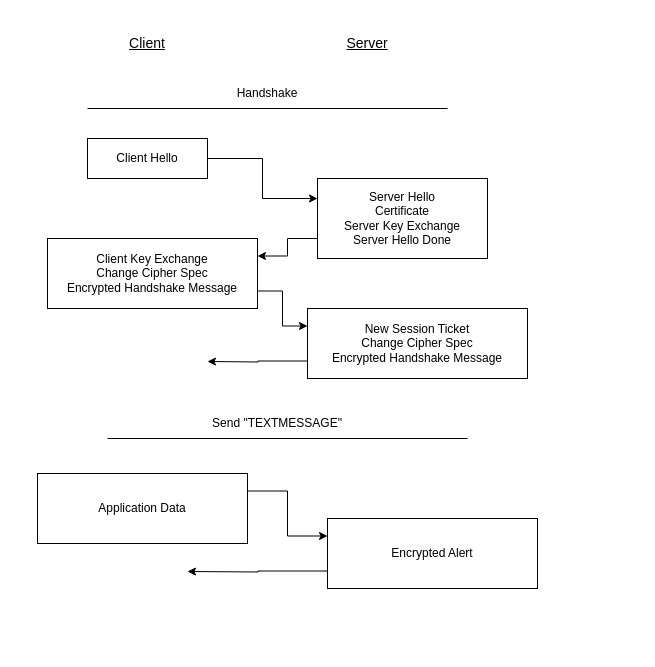
Above: page "Page-2" (2 of 2) of room-protocol.drawio in felixnaredi/situps.space (draw.io), before the change. Source tidied: cells renumbered, new cells numbered last; positions are measured from the earlier drawing's top-left corner, leaving out a move shared by most shapes. Both pictures are drawn from the tidied source at 100%, with x=0, y=0 at pixel (37, 28).
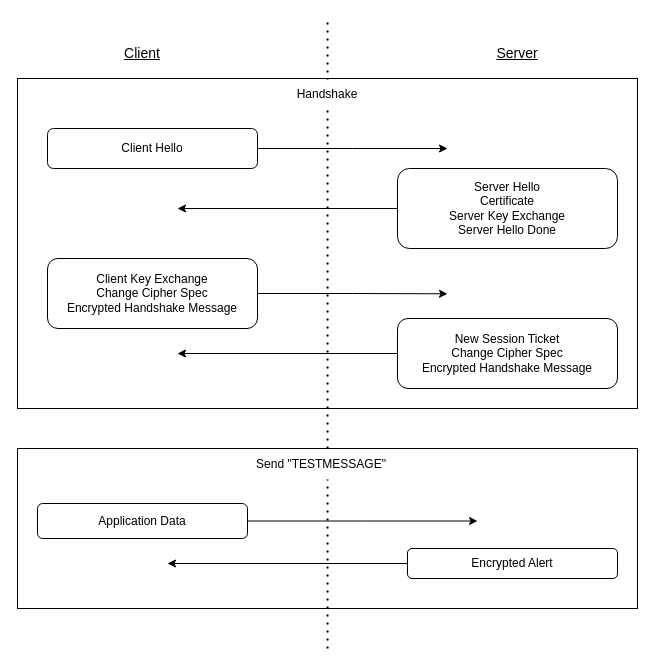
Above is the later version.

Change to the diagram source:
```diff
@@
+    <mxCell id="20" style="rounded=0;whiteSpace=wrap;html=1;" parent="1" vertex="1">
+      <mxGeometry x="-20" y="420" width="620" height="160" as="geometry" />
+    </mxCell>
+    <mxCell id="21" value="&lt;div align=&quot;center&quot;&gt;&lt;br&gt;&lt;/div&gt;" style="rounded=0;whiteSpace=wrap;html=1;align=center;" parent="1" vertex="1">
+      <mxGeometry x="-20" y="50" width="620" height="330" as="geometry" />
+    </mxCell>
     <mxCell id="2" value="Client" style="text;html=1;strokeColor=none;fillColor=none;align=center;verticalAlign=middle;whiteSpace=wrap;rounded=0;fontSize=14;fontStyle=4;" parent="1" vertex="1">
-      <mxGeometry x="80" width="60" height="30" as="geometry" />
+      <mxGeometry x="75" y="10" width="60" height="30" as="geometry" />
     </mxCell>
     <mxCell id="3" value="Server" style="text;html=1;strokeColor=none;fillColor=none;align=center;verticalAlign=middle;whiteSpace=wrap;rounded=0;fontSize=14;fontStyle=4;" parent="1" vertex="1">
-      <mxGeometry x="300" width="60" height="30" as="geometry" />
+      <mxGeometry x="450" y="10" width="60" height="30" as="geometry" />
     </mxCell>
-    <mxCell id="4" style="edgeStyle=orthogonalEdgeStyle;rounded=0;jettySize=auto;html=1;entryX=0;entryY=0.25;entryDx=0;entryDy=0;" parent="1" edge="1" source="5" target="7">
-      <mxGeometry relative="1" as="geometry" />
-    </mxCell>
+    <mxCell id="22" style="edgeStyle=orthogonalEdgeStyle;rounded=0;jettySize=auto;html=1;" parent="1" edge="1" source="5">
+      <mxGeometry relative="1" as="geometry">
+        <mxPoint x="410" y="120" as="targetPoint" />
+      </mxGeometry>
+    </mxCell>
-    <mxCell id="5" value="Client Hello" style="rounded=0;whiteSpace=wrap;html=1;" parent="1" vertex="1">
-      <mxGeometry x="50" y="110" width="120" height="40" as="geometry" />
+    <mxCell id="5" value="Client Hello" style="rounded=1;whiteSpace=wrap;html=1;" parent="1" vertex="1">
+      <mxGeometry x="10" y="100" width="210" height="40" as="geometry" />
     </mxCell>
-    <mxCell id="6" style="edgeStyle=orthogonalEdgeStyle;rounded=0;jettySize=auto;html=1;exitX=0;exitY=0.75;exitDx=0;exitDy=0;entryX=1;entryY=0.25;entryDx=0;entryDy=0;" parent="1" edge="1" source="7" target="9">
-      <mxGeometry relative="1" as="geometry" />
-    </mxCell>
+    <mxCell id="23" style="edgeStyle=orthogonalEdgeStyle;rounded=0;jettySize=auto;html=1;exitX=0;exitY=0.5;exitDx=0;exitDy=0;" parent="1" edge="1" source="7">
+      <mxGeometry relative="1" as="geometry">
+        <mxPoint x="140" y="180" as="targetPoint" />
+      </mxGeometry>
+    </mxCell>
-    <mxCell id="7" value="&lt;div&gt;Server Hello&lt;/div&gt;&lt;div&gt;Certificate&lt;/div&gt;&lt;div&gt;Server Key Exchange&lt;/div&gt;Server Hello Done" style="rounded=0;whiteSpace=wrap;html=1;" parent="1" vertex="1">
-      <mxGeometry x="280" y="150" width="170" height="80" as="geometry" />
+    <mxCell id="7" value="&lt;div&gt;Server Hello&lt;/div&gt;&lt;div&gt;Certificate&lt;/div&gt;&lt;div&gt;Server Key Exchange&lt;/div&gt;Server Hello Done" style="rounded=1;whiteSpace=wrap;html=1;" parent="1" vertex="1">
+      <mxGeometry x="360" y="140" width="220" height="80" as="geometry" />
     </mxCell>
-    <mxCell id="8" style="edgeStyle=orthogonalEdgeStyle;rounded=0;jettySize=auto;html=1;exitX=1;exitY=0.75;exitDx=0;exitDy=0;entryX=0;entryY=0.25;entryDx=0;entryDy=0;" parent="1" edge="1" source="9" target="11">
-      <mxGeometry relative="1" as="geometry" />
-    </mxCell>
+    <mxCell id="24" style="edgeStyle=orthogonalEdgeStyle;rounded=0;jettySize=auto;html=1;exitX=1;exitY=0.5;exitDx=0;exitDy=0;" parent="1" edge="1" source="9">
+      <mxGeometry relative="1" as="geometry">
+        <mxPoint x="410" y="265.3" as="targetPoint" />
+      </mxGeometry>
+    </mxCell>
-    <mxCell id="9" value="&lt;div&gt;Client Key Exchange&lt;/div&gt;&lt;div&gt;Change Cipher Spec&lt;/div&gt;&lt;div&gt;Encrypted Handshake Message&lt;/div&gt;" style="rounded=0;whiteSpace=wrap;html=1;" parent="1" vertex="1">
-      <mxGeometry x="10" y="210" width="210" height="70" as="geometry" />
+    <mxCell id="9" value="&lt;div&gt;Client Key Exchange&lt;/div&gt;&lt;div&gt;Change Cipher Spec&lt;/div&gt;&lt;div&gt;Encrypted Handshake Message&lt;/div&gt;" style="rounded=1;whiteSpace=wrap;html=1;" parent="1" vertex="1">
+      <mxGeometry x="10" y="230" width="210" height="70" as="geometry" />
     </mxCell>
-    <mxCell id="10" style="edgeStyle=orthogonalEdgeStyle;rounded=0;jettySize=auto;html=1;exitX=0;exitY=0.75;exitDx=0;exitDy=0;" parent="1" edge="1" source="11">
-      <mxGeometry relative="1" as="geometry">
-        <mxPoint x="170" y="333" as="targetPoint" />
-      </mxGeometry>
-    </mxCell>
+    <mxCell id="25" style="edgeStyle=orthogonalEdgeStyle;rounded=0;jettySize=auto;html=1;" parent="1" edge="1" source="11">
+      <mxGeometry relative="1" as="geometry">
+        <mxPoint x="140" y="325" as="targetPoint" />
+      </mxGeometry>
+    </mxCell>
-    <mxCell id="11" value="&lt;div&gt;New Session Ticket&lt;/div&gt;&lt;div&gt;Change Cipher Spec&lt;/div&gt;&lt;div&gt;Encrypted Handshake Message&lt;br&gt;&lt;/div&gt;" style="rounded=0;whiteSpace=wrap;html=1;" parent="1" vertex="1">
-      <mxGeometry x="270" y="280" width="220" height="70" as="geometry" />
+    <mxCell id="11" value="&lt;div&gt;New Session Ticket&lt;/div&gt;&lt;div&gt;Change Cipher Spec&lt;/div&gt;&lt;div&gt;Encrypted Handshake Message&lt;br&gt;&lt;/div&gt;" style="rounded=1;whiteSpace=wrap;html=1;" parent="1" vertex="1">
+      <mxGeometry x="360" y="290" width="220" height="70" as="geometry" />
     </mxCell>
-    <mxCell id="12" style="edgeStyle=orthogonalEdgeStyle;rounded=0;jettySize=auto;html=1;exitX=1;exitY=0.25;exitDx=0;exitDy=0;entryX=0;entryY=0.25;entryDx=0;entryDy=0;" parent="1" edge="1" source="13" target="15">
-      <mxGeometry relative="1" as="geometry" />
-    </mxCell>
+    <mxCell id="26" style="edgeStyle=orthogonalEdgeStyle;rounded=0;jettySize=auto;html=1;" parent="1" edge="1" source="13">
+      <mxGeometry relative="1" as="geometry">
+        <mxPoint x="440" y="492.5" as="targetPoint" />
+      </mxGeometry>
+    </mxCell>
-    <mxCell id="13" value="Application Data" style="rounded=0;whiteSpace=wrap;html=1;" parent="1" vertex="1">
-      <mxGeometry y="445" width="210" height="70" as="geometry" />
+    <mxCell id="13" value="Application Data" style="rounded=1;whiteSpace=wrap;html=1;" parent="1" vertex="1">
+      <mxGeometry y="475" width="210" height="35" as="geometry" />
     </mxCell>
-    <mxCell id="14" style="edgeStyle=orthogonalEdgeStyle;rounded=0;jettySize=auto;html=1;exitX=0;exitY=0.75;exitDx=0;exitDy=0;" parent="1" edge="1" source="15">
-      <mxGeometry relative="1" as="geometry">
-        <mxPoint x="150" y="543" as="targetPoint" />
-      </mxGeometry>
-    </mxCell>
+    <mxCell id="27" style="edgeStyle=orthogonalEdgeStyle;rounded=0;jettySize=auto;html=1;" parent="1" edge="1" source="15">
+      <mxGeometry relative="1" as="geometry">
+        <mxPoint x="130" y="535" as="targetPoint" />
+      </mxGeometry>
+    </mxCell>
-    <mxCell id="15" value="Encrypted Alert" style="rounded=0;whiteSpace=wrap;html=1;" parent="1" vertex="1">
-      <mxGeometry x="290" y="490" width="210" height="70" as="geometry" />
+    <mxCell id="15" value="Encrypted Alert" style="rounded=1;whiteSpace=wrap;html=1;" parent="1" vertex="1">
+      <mxGeometry x="370" y="520" width="210" height="30" as="geometry" />
     </mxCell>
+    <mxCell id="28" style="endArrow=none;dashed=1;html=1;dashPattern=1 3;strokeWidth=2;rounded=0;" parent="1" edge="1">
+      <mxGeometry relative="1" as="geometry">
+        <mxPoint x="290" y="620" as="sourcePoint" />
+        <mxPoint x="290" y="-10" as="targetPoint" />
+      </mxGeometry>
+    </mxCell>
-    <mxCell id="16" value="Handshake" style="text;html=1;strokeColor=none;fillColor=none;align=center;verticalAlign=middle;whiteSpace=wrap;rounded=0;" parent="1" vertex="1">
-      <mxGeometry x="190" y="50" width="80" height="30" as="geometry" />
+    <mxCell id="16" value="&lt;div&gt;Handshake&lt;/div&gt;" style="rounded=0;whiteSpace=wrap;html=1;strokeColor=none;" parent="1" vertex="1">
+      <mxGeometry x="230" y="51" width="120" height="30" as="geometry" />
     </mxCell>
-    <mxCell id="17" style="endArrow=none;html=1;rounded=0;" parent="1" edge="1">
-      <mxGeometry relative="1" as="geometry">
-        <mxPoint x="50" y="80" as="sourcePoint" />
-        <mxPoint x="410" y="80" as="targetPoint" />
-      </mxGeometry>
-    </mxCell>
-    <mxCell id="18" value="Send &quot;TEXTMESSAGE&quot;" style="text;html=1;strokeColor=none;fillColor=none;align=center;verticalAlign=middle;whiteSpace=wrap;rounded=0;" parent="1" vertex="1">
-      <mxGeometry x="170" y="380" width="140" height="30" as="geometry" />
-    </mxCell>
-    <mxCell id="19" style="endArrow=none;html=1;rounded=0;" parent="1" edge="1">
-      <mxGeometry relative="1" as="geometry">
-        <mxPoint x="70" y="410" as="sourcePoint" />
-        <mxPoint x="430" y="410" as="targetPoint" />
-      </mxGeometry>
-    </mxCell>
+    <mxCell id="29" value="Send &quot;TESTMESSAGE&quot;" style="rounded=0;whiteSpace=wrap;html=1;strokeColor=none;" parent="1" vertex="1">
+      <mxGeometry x="194" y="421" width="180" height="30" as="geometry" />
+    </mxCell>
```
